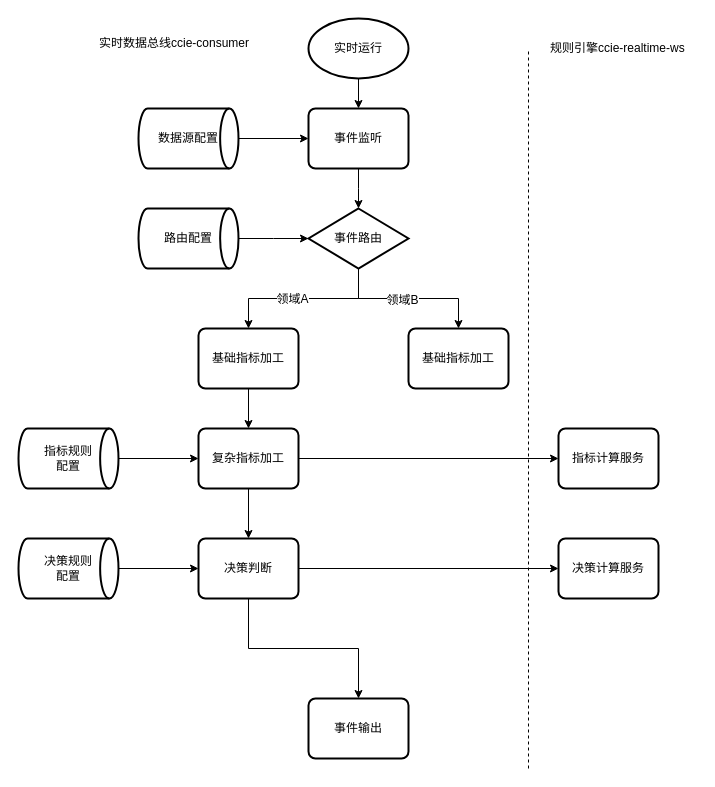
michael0817/wing keeps this draw.io diagram as page "Page-6" (6 of 8) of 数据中台.drawio. Above is the earlier version. Source tidied: cells renumbered, new cells numbered last; positions are measured from the earlier drawing's top-left corner, leaving out a move shared by most shapes. Both pictures are drawn from the tidied source at 100%, with x=0, y=0 at pixel (18, 18).
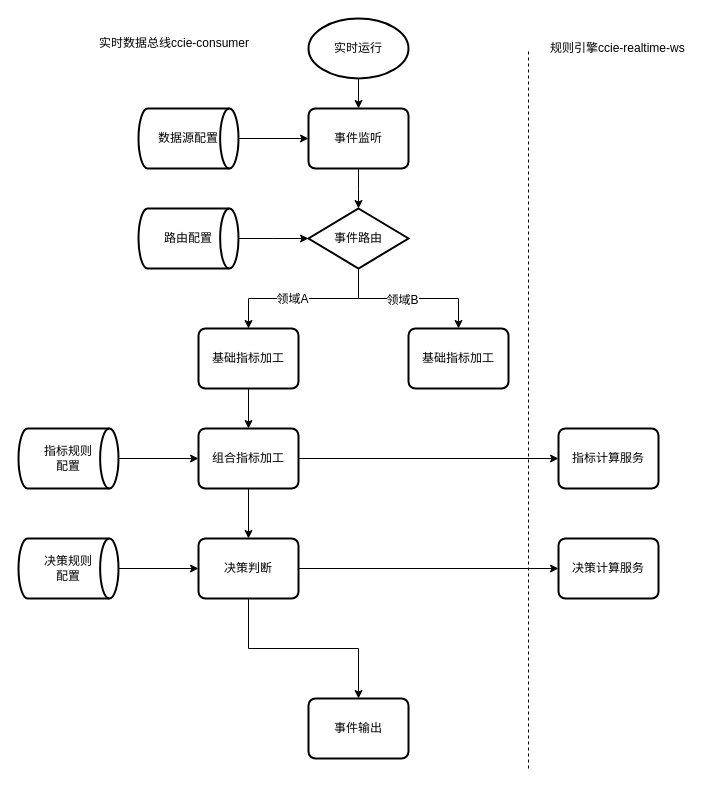
The same diagram, later.

The edit, as a diff of the source:
```diff
@@
-    <mxCell id="16" value="复杂指标加工" style="rounded=1;whiteSpace=wrap;html=1;absoluteArcSize=1;arcSize=14;strokeWidth=2;" parent="1" vertex="1">
+    <mxCell id="16" value="组合指标加工" style="rounded=1;whiteSpace=wrap;html=1;absoluteArcSize=1;arcSize=14;strokeWidth=2;" parent="1" vertex="1">
       <mxGeometry x="180" y="410" width="100" height="60" as="geometry" />
     </mxCell>
```
